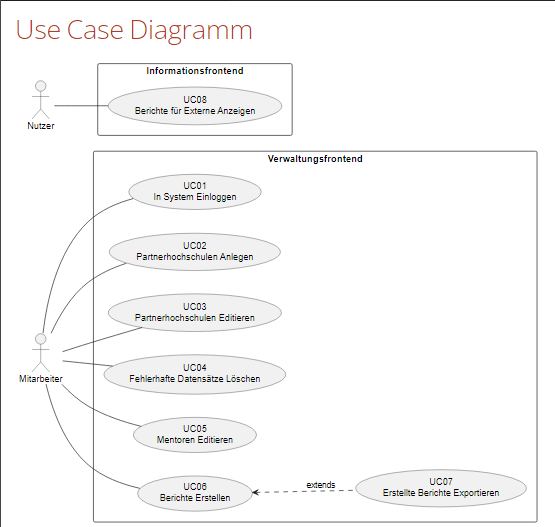
Above: docs/requirements/images/use_case_diagram.png in jay-hae/SE-Projekt-I3 (PlantUML), before the change. Its source is kept beside it as docs/requirements/plantuml/use_case_diagram.puml. The source it was exported from:
```plantuml
@startuml
left to right direction

actor Mitarbeiter

rectangle "Verwaltungsfrontend" {
usecase "UC01\nIn System Einloggen" as uc01
usecase "UC02\nPartnerhochschulen Anlegen" as uc02
usecase "UC03\nPartnerhochschulen Editieren" as uc03
usecase "UC04\nDatensätze Löschen" as uc04
usecase "UC05\nMentoren Editieren" as uc05
usecase "UC06\nBerichte Erstellen" as uc06
usecase "UC07\nErstellte Berichte Exportieren" as uc07
}

Mitarbeiter -- uc01
Mitarbeiter -- uc02
Mitarbeiter -- uc03
Mitarbeiter -- uc04
Mitarbeiter -- uc05
Mitarbeiter -- uc06
uc06 <.down. uc07 : extends


actor Nutzer

rectangle "Informationsfrontend" {

usecase "UC08\nBerichte für Externe Anzeigen" as uc08
}
Nutzer -- uc08

@enduml
```
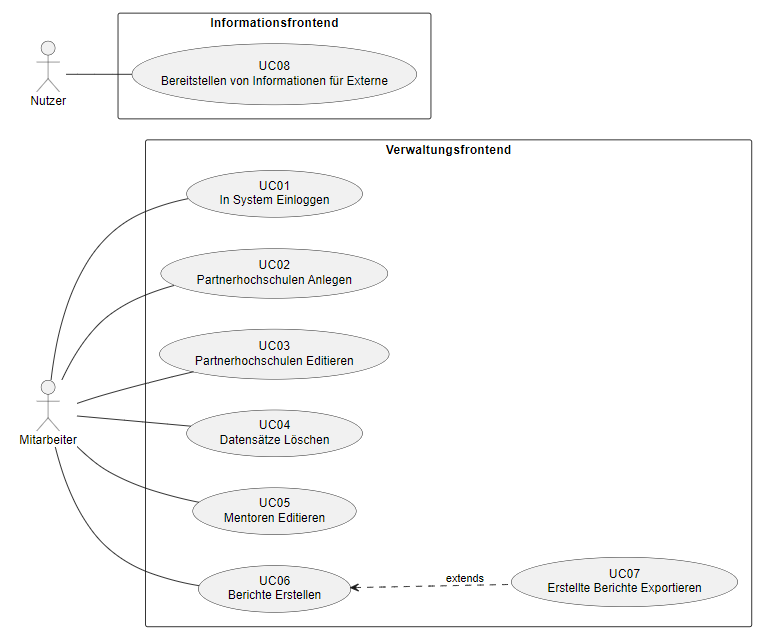
After the change.

What changed in the source:
```diff
@@ -26,7 +26,7 @@
 
 rectangle "Informationsfrontend" {
 
-usecase "UC08\nBerichte für Externe Anzeigen" as uc08
+usecase "UC08\nBereitstellen von Informationen für Externe" as uc08
 }
 Nutzer -- uc08
 
```
